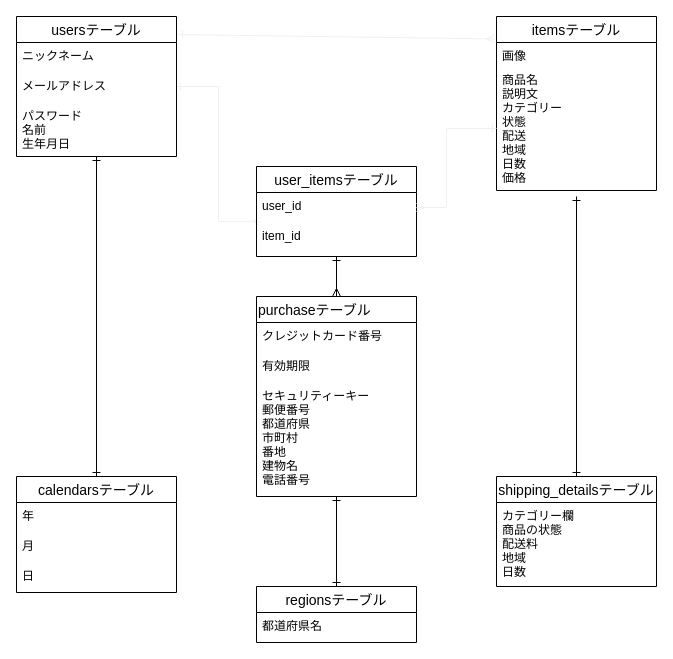
This is furima.dio from chiakiaosima/furima-33381, a draw.io file, before an edit. Source tidied: cells renumbered, new cells numbered last; positions are measured from the earlier drawing's top-left corner, leaving out a move shared by most shapes. Both pictures are drawn from the tidied source at 100%, with x=0, y=0 at pixel (16, 16).
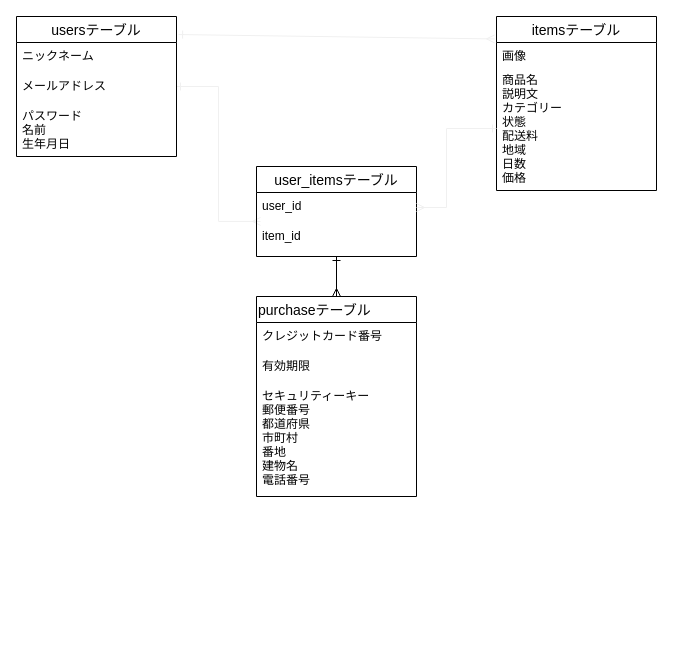
The same page after the edit.

Unchanged cells that the change refers to:
```xml
<mxCell id="4" value="usersテーブル" style="swimlane;fontStyle=0;horizontal=1;startSize=26;align=center;fontSize=14;" parent="1" vertex="1">
  <mxGeometry width="160" height="140" as="geometry" />
</mxCell>
<mxCell id="8" value="itemsテーブル" style="swimlane;fontStyle=0;horizontal=1;startSize=26;align=center;fontSize=14;" parent="1" vertex="1">
  <mxGeometry x="480" width="160" height="174" as="geometry" />
</mxCell>
<mxCell id="15" value="purchaseテーブル" style="swimlane;fontStyle=0;horizontal=1;startSize=26;align=left;fontSize=14;" parent="1" vertex="1">
  <mxGeometry x="240" y="280" width="160" height="200" as="geometry" />
</mxCell>
```

What changed in the source:
```diff
@@
-    <mxCell id="2" style="edgeStyle=orthogonalEdgeStyle;rounded=0;jettySize=auto;html=1;entryX=0.5;entryY=0;entryDx=0;entryDy=0;startArrow=ERone;startFill=0;endArrow=ERone;endFill=0;" parent="1" edge="1" source="4" target="23">
-      <mxGeometry relative="1" as="geometry" />
-    </mxCell>
@@
-    <mxCell id="10" value="商品名&#10;説明文&#10;カテゴリー&#10;状態&#10;配送&#10;地域&#10;日数&#10;価格" style="text;strokeColor=none;fillColor=none;spacingLeft=4;spacingRight=4;overflow=hidden;points=[[0,0.5],[1,0.5]];portConstraint=eastwest;fontSize=12;" parent="8" vertex="1">
+    <mxCell id="10" value="商品名&#10;説明文&#10;カテゴリー&#10;状態&#10;配送料&#10;地域&#10;日数&#10;価格" style="text;strokeColor=none;fillColor=none;spacingLeft=4;spacingRight=4;overflow=hidden;points=[[0,0.5],[1,0.5]];portConstraint=eastwest;fontSize=12;" parent="8" vertex="1">
       <mxGeometry y="50" width="160" height="124" as="geometry" />
     </mxCell>
-    <mxCell id="11" style="edgeStyle=none;rounded=0;jettySize=auto;html=1;exitX=0.5;exitY=0;exitDx=0;exitDy=0;startArrow=ERone;startFill=0;endArrow=ERone;endFill=0;" parent="1" edge="1" source="12">
-      <mxGeometry relative="1" as="geometry">
-        <mxPoint x="560" y="180" as="targetPoint" />
-      </mxGeometry>
-    </mxCell>
-    <mxCell id="12" value="shipping_detailsテーブル" style="swimlane;fontStyle=0;horizontal=1;startSize=26;align=center;fontSize=14;" parent="1" vertex="1">
-      <mxGeometry x="480" y="460" width="160" height="110" as="geometry" />
-    </mxCell>
-    <mxCell id="13" value="カテゴリー欄&#10;商品の状態&#10;配送料&#10;地域&#10;日数" style="text;strokeColor=none;fillColor=none;spacingLeft=4;spacingRight=4;overflow=hidden;fontSize=12;" parent="12" vertex="1">
-      <mxGeometry y="26" width="160" height="84" as="geometry" />
-    </mxCell>
-    <mxCell id="14" style="edgeStyle=none;rounded=0;jettySize=auto;html=1;entryX=0.5;entryY=0;entryDx=0;entryDy=0;startArrow=ERone;startFill=0;endArrow=ERone;endFill=0;" parent="1" edge="1" source="15" target="29">
-      <mxGeometry relative="1" as="geometry" />
-    </mxCell>
@@
-    <mxCell id="23" value="calendarsテーブル" style="swimlane;fontStyle=0;horizontal=1;startSize=26;align=center;fontSize=14;" parent="1" vertex="1">
-      <mxGeometry y="460" width="160" height="116" as="geometry" />
-    </mxCell>
-    <mxCell id="24" value="年" style="text;strokeColor=none;fillColor=none;spacingLeft=4;spacingRight=4;overflow=hidden;fontSize=12;" parent="23" vertex="1">
-      <mxGeometry y="26" width="160" height="30" as="geometry" />
-    </mxCell>
-    <mxCell id="25" value="月" style="text;strokeColor=none;fillColor=none;spacingLeft=4;spacingRight=4;overflow=hidden;fontSize=12;" parent="23" vertex="1">
-      <mxGeometry y="56" width="160" height="30" as="geometry" />
-    </mxCell>
-    <mxCell id="26" value="日" style="text;strokeColor=none;fillColor=none;spacingLeft=4;spacingRight=4;overflow=hidden;fontSize=12;" parent="23" vertex="1">
-      <mxGeometry y="86" width="160" height="30" as="geometry" />
-    </mxCell>
@@
-    <mxCell id="29" value="regionsテーブル" style="swimlane;fontStyle=0;horizontal=1;startSize=26;align=center;fontSize=14;" parent="1" vertex="1">
-      <mxGeometry x="240" y="570" width="160" height="56" as="geometry" />
-    </mxCell>
-    <mxCell id="30" value="都道府県名" style="text;strokeColor=none;fillColor=none;spacingLeft=4;spacingRight=4;overflow=hidden;fontSize=12;" parent="29" vertex="1">
-      <mxGeometry y="26" width="160" height="30" as="geometry" />
-    </mxCell>
```
